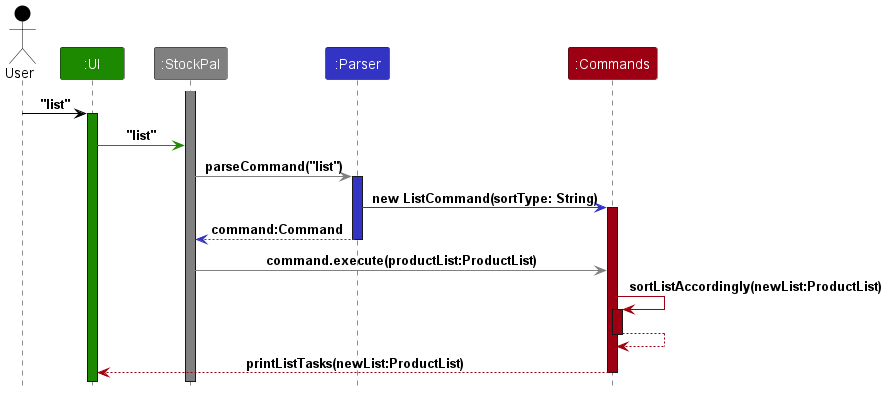
Before: docs/images/ListCommandSequence.png, a diagram exported from PlantUML (nus-cs2113-AY2324S2/tp). Its source is kept beside it as docs/diagrams/ListCommandSequence.puml. Its diagram source:
```plantuml
@startuml
!include style.puml

Actor User as user USER_COLOR
Participant ":UI" as ui UI_COLOR
Participant ":StockPal" as stockpal STOCKPAL_COLOR
Participant ":Parser" as parser PARSER_COLOR
Participant ":ListCommand" as commands COMMANDS_COLOR

activate stockpal STOCKPAL_COLOR

user -[USER_COLOR]> ui : "list"
activate ui UI_COLOR

ui -[UI_COLOR]> stockpal : "list"

stockpal -[STOCKPAL_COLOR]> parser : parseCommand("list")
activate parser PARSER_COLOR

parser -[PARSER_COLOR]> commands : new ListCommand(sortType: String)
activate commands COMMANDS_COLOR
parser --[PARSER_COLOR]> stockpal : command:Command
deactivate parser

stockpal -[STOCKPAL_COLOR]> commands : command.execute(productList:ProductList)
commands -[COMMANDS_COLOR]> commands : sortListAccordingly(newList:ProductList)
activate commands COMMANDS_COLOR
commands --[COMMANDS_COLOR]> commands
deactivate commands

commands --[COMMANDS_COLOR]> ui : printListTasks(newList:ProductList)
deactivate commands

@enduml
```
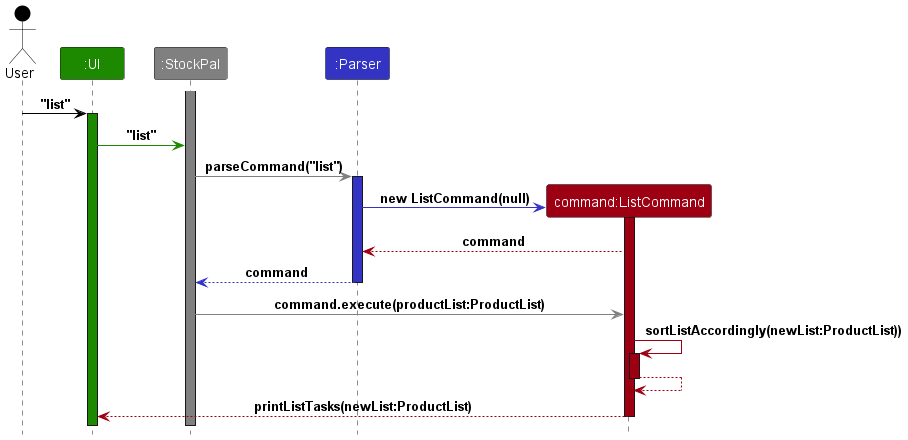
Later version of the same file.

Commit message:
Update list UML diagram to fix bugs

Diff of the diagram source:
```diff
@@ -5,7 +5,7 @@
 Participant ":UI" as ui UI_COLOR
 Participant ":StockPal" as stockpal STOCKPAL_COLOR
 Participant ":Parser" as parser PARSER_COLOR
-Participant ":ListCommand" as commands COMMANDS_COLOR
+Participant "command:ListCommand" as commands COMMANDS_COLOR
 
 activate stockpal STOCKPAL_COLOR
 
@@ -17,13 +17,16 @@
 stockpal -[STOCKPAL_COLOR]> parser : parseCommand("list")
 activate parser PARSER_COLOR
 
-parser -[PARSER_COLOR]> commands : new ListCommand(sortType: String)
+create commands
+parser -[PARSER_COLOR]> commands : new ListCommand(null)
 activate commands COMMANDS_COLOR
-parser --[PARSER_COLOR]> stockpal : command:Command
+commands --[COMMANDS_COLOR]> parser : command
+
+parser --[PARSER_COLOR]> stockpal : command
 deactivate parser
 
 stockpal -[STOCKPAL_COLOR]> commands : command.execute(productList:ProductList)
-commands -[COMMANDS_COLOR]> commands : sortListAccordingly(newList:ProductList)
+commands -[COMMANDS_COLOR]> commands : sortListAccordingly(newList:ProductList))
 activate commands COMMANDS_COLOR
 commands --[COMMANDS_COLOR]> commands
 deactivate commands
```
